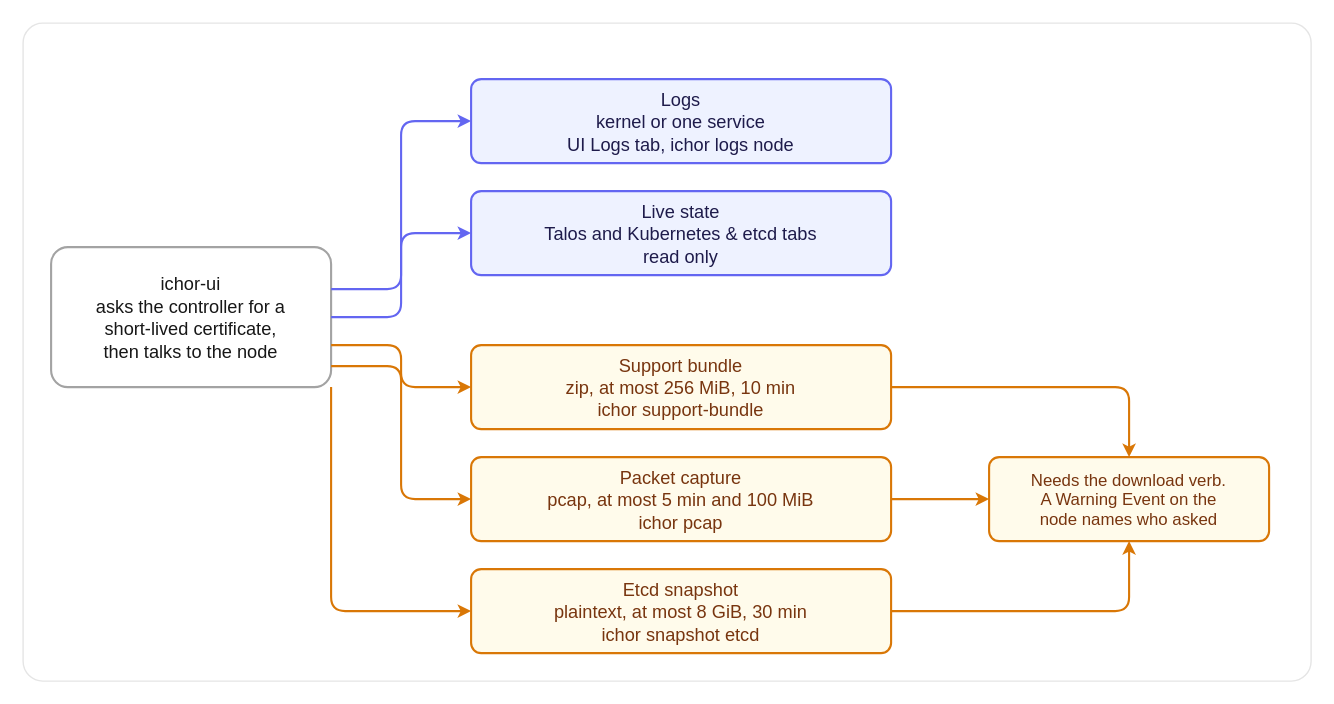
The draw.io diagram docs/images/troubleshoot-node.drawio in maeshinshin/ichor, before the edit. Source tidied: cells renumbered, new cells numbered last; positions are measured from the earlier drawing's top-left corner, leaving out a move shared by most shapes. Both pictures are drawn from the tidied source at 140%, with x=0, y=0 at pixel (22, 22).
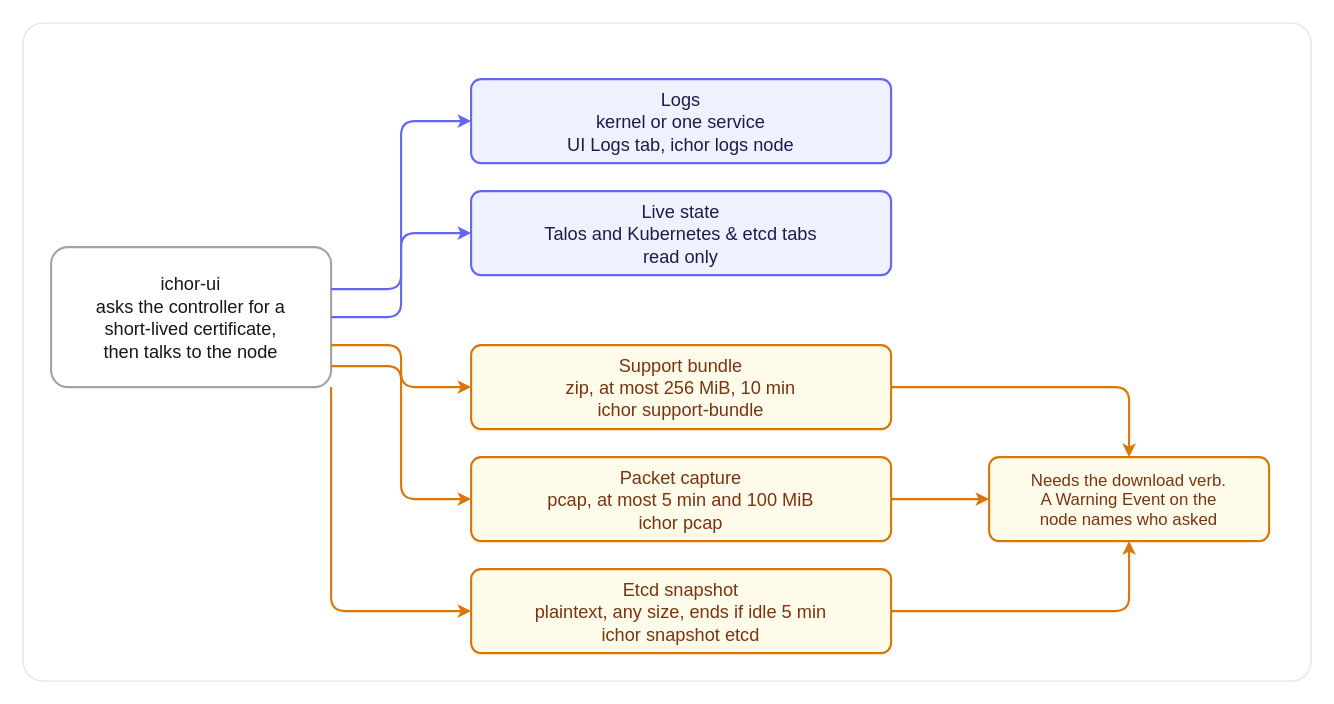
After the change.

Change to the diagram source:
```diff
@@
 <mxGraphModel>
   <root>
     <mxCell id="0" />
     <mxCell id="1" parent="0" />
     <mxCell id="2" style="rounded=1;arcSize=3;fillColor=light-dark(#FFFFFF,#0A0A0A);strokeColor=light-dark(#E5E5E5,#262626);strokeWidth=1;html=0;" parent="1" vertex="1">
       <mxGeometry width="920" height="470" as="geometry" />
     </mxCell>
     <mxCell id="3" value="ichor-ui&#10;asks the controller for a&#10;short-lived certificate,&#10;then talks to the node" style="rounded=1;arcSize=12;fillColor=light-dark(#FFFFFF,#1A1A1A);strokeColor=light-dark(#A3A3A3,#525252);fontColor=light-dark(#171717,#FAFAFA);strokeWidth=1.5;fontFamily=Helvetica;fontSize=13;align=center;verticalAlign=middle;html=0;" parent="1" vertex="1">
       <mxGeometry x="20" y="160" width="200" height="100" as="geometry" />
     </mxCell>
     <mxCell id="4" value="Logs&#10;kernel or one service&#10;UI Logs tab, ichor logs node" style="rounded=1;arcSize=12;fillColor=light-dark(#EEF2FF,#232553);strokeColor=light-dark(#6366F1,#818CF8);fontColor=light-dark(#1E1B4B,#E0E7FF);strokeWidth=1.5;fontFamily=Helvetica;fontSize=13;align=center;verticalAlign=middle;html=0;" parent="1" vertex="1">
       <mxGeometry x="320" y="40" width="300" height="60" as="geometry" />
     </mxCell>
     <mxCell id="5" value="Live state&#10;Talos and Kubernetes &amp; etcd tabs&#10;read only" style="rounded=1;arcSize=12;fillColor=light-dark(#EEF2FF,#232553);strokeColor=light-dark(#6366F1,#818CF8);fontColor=light-dark(#1E1B4B,#E0E7FF);strokeWidth=1.5;fontFamily=Helvetica;fontSize=13;align=center;verticalAlign=middle;html=0;" parent="1" vertex="1">
       <mxGeometry x="320" y="120" width="300" height="60" as="geometry" />
     </mxCell>
     <mxCell id="6" value="Support bundle&#10;zip, at most 256 MiB, 10 min&#10;ichor support-bundle" style="rounded=1;arcSize=12;fillColor=light-dark(#FFFBEB,#2B2008);strokeColor=light-dark(#D97706,#FBBF24);fontColor=light-dark(#78350F,#FDE68A);strokeWidth=1.5;fontFamily=Helvetica;fontSize=13;align=center;verticalAlign=middle;html=0;" parent="1" vertex="1">
       <mxGeometry x="320" y="230" width="300" height="60" as="geometry" />
     </mxCell>
     <mxCell id="7" value="Packet capture&#10;pcap, at most 5 min and 100 MiB&#10;ichor pcap" style="rounded=1;arcSize=12;fillColor=light-dark(#FFFBEB,#2B2008);strokeColor=light-dark(#D97706,#FBBF24);fontColor=light-dark(#78350F,#FDE68A);strokeWidth=1.5;fontFamily=Helvetica;fontSize=13;align=center;verticalAlign=middle;html=0;" parent="1" vertex="1">
       <mxGeometry x="320" y="310" width="300" height="60" as="geometry" />
     </mxCell>
-    <mxCell id="8" value="Etcd snapshot&#10;plaintext, at most 8 GiB, 30 min&#10;ichor snapshot etcd" style="rounded=1;arcSize=12;fillColor=light-dark(#FFFBEB,#2B2008);strokeColor=light-dark(#D97706,#FBBF24);fontColor=light-dark(#78350F,#FDE68A);strokeWidth=1.5;fontFamily=Helvetica;fontSize=13;align=center;verticalAlign=middle;html=0;" parent="1" vertex="1">
+    <mxCell id="8" value="Etcd snapshot&#10;plaintext, any size, ends if idle 5 min&#10;ichor snapshot etcd" style="rounded=1;arcSize=12;fillColor=light-dark(#FFFBEB,#2B2008);strokeColor=light-dark(#D97706,#FBBF24);fontColor=light-dark(#78350F,#FDE68A);strokeWidth=1.5;fontFamily=Helvetica;fontSize=13;align=center;verticalAlign=middle;html=0;" parent="1" vertex="1">
       <mxGeometry x="320" y="390" width="300" height="60" as="geometry" />
     </mxCell>
     <mxCell id="9" value="Needs the download verb.&#10;A Warning Event on the&#10;node names who asked" style="rounded=1;arcSize=12;fillColor=light-dark(#FFFBEB,#2B2008);strokeColor=light-dark(#D97706,#FBBF24);fontColor=light-dark(#78350F,#FDE68A);strokeWidth=1.5;fontFamily=Helvetica;fontSize=12;align=center;verticalAlign=middle;html=0;" parent="1" vertex="1">
       <mxGeometry x="690" y="310" width="200" height="60" as="geometry" />
     </mxCell>
     <mxCell id="10" style="edgeStyle=orthogonalEdgeStyle;rounded=1;jettySize=auto;strokeColor=light-dark(#6366F1,#818CF8);strokeWidth=1.5;endArrow=classic;endFill=1;endSize=5;html=0;exitX=1;exitY=0.3;exitDx=0;exitDy=0;entryX=0;entryY=0.5;entryDx=0;entryDy=0;" parent="1" edge="1" source="3" target="4">
       <mxGeometry relative="1" as="geometry" />
     </mxCell>
     <mxCell id="11" style="edgeStyle=orthogonalEdgeStyle;rounded=1;jettySize=auto;strokeColor=light-dark(#6366F1,#818CF8);strokeWidth=1.5;endArrow=classic;endFill=1;endSize=5;html=0;exitX=1;exitY=0.5;exitDx=0;exitDy=0;entryX=0;entryY=0.5;entryDx=0;entryDy=0;" parent="1" edge="1" source="3" target="5">
       <mxGeometry relative="1" as="geometry" />
     </mxCell>
     <mxCell id="12" style="edgeStyle=orthogonalEdgeStyle;rounded=1;jettySize=auto;strokeColor=light-dark(#D97706,#FBBF24);strokeWidth=1.5;endArrow=classic;endFill=1;endSize=5;html=0;exitX=1;exitY=0.7;exitDx=0;exitDy=0;entryX=0;entryY=0.5;entryDx=0;entryDy=0;" parent="1" edge="1" source="3" target="6">
       <mxGeometry relative="1" as="geometry" />
     </mxCell>
     <mxCell id="13" style="edgeStyle=orthogonalEdgeStyle;rounded=1;jettySize=auto;strokeColor=light-dark(#D97706,#FBBF24);strokeWidth=1.5;endArrow=classic;endFill=1;endSize=5;html=0;exitX=1;exitY=0.85;exitDx=0;exitDy=0;entryX=0;entryY=0.5;entryDx=0;entryDy=0;" parent="1" edge="1" source="3" target="7">
       <mxGeometry relative="1" as="geometry" />
     </mxCell>
     <mxCell id="14" style="edgeStyle=orthogonalEdgeStyle;rounded=1;jettySize=auto;strokeColor=light-dark(#D97706,#FBBF24);strokeWidth=1.5;endArrow=classic;endFill=1;endSize=5;html=0;exitX=1;exitY=1;exitDx=0;exitDy=0;entryX=0;entryY=0.5;entryDx=0;entryDy=0;" parent="1" edge="1" source="3" target="8">
       <mxGeometry relative="1" as="geometry" />
     </mxCell>
     <mxCell id="15" style="edgeStyle=orthogonalEdgeStyle;rounded=1;jettySize=auto;strokeColor=light-dark(#D97706,#FBBF24);strokeWidth=1.5;endArrow=classic;endFill=1;endSize=5;html=0;exitX=1;exitY=0.5;exitDx=0;exitDy=0;entryX=0;entryY=0.5;entryDx=0;entryDy=0;" parent="1" edge="1" source="7" target="9">
       <mxGeometry relative="1" as="geometry" />
     </mxCell>
     <mxCell id="16" style="edgeStyle=orthogonalEdgeStyle;rounded=1;jettySize=auto;strokeColor=light-dark(#D97706,#FBBF24);strokeWidth=1.5;endArrow=classic;endFill=1;endSize=5;html=0;exitX=1;exitY=0.5;exitDx=0;exitDy=0;entryX=0.5;entryY=0;entryDx=0;entryDy=0;" parent="1" edge="1" source="6" target="9">
       <mxGeometry relative="1" as="geometry" />
     </mxCell>
     <mxCell id="17" style="edgeStyle=orthogonalEdgeStyle;rounded=1;jettySize=auto;strokeColor=light-dark(#D97706,#FBBF24);strokeWidth=1.5;endArrow=classic;endFill=1;endSize=5;html=0;exitX=1;exitY=0.5;exitDx=0;exitDy=0;entryX=0.5;entryY=1;entryDx=0;entryDy=0;" parent="1" edge="1" source="8" target="9">
       <mxGeometry relative="1" as="geometry" />
     </mxCell>
   </root>
 </mxGraphModel>
```
